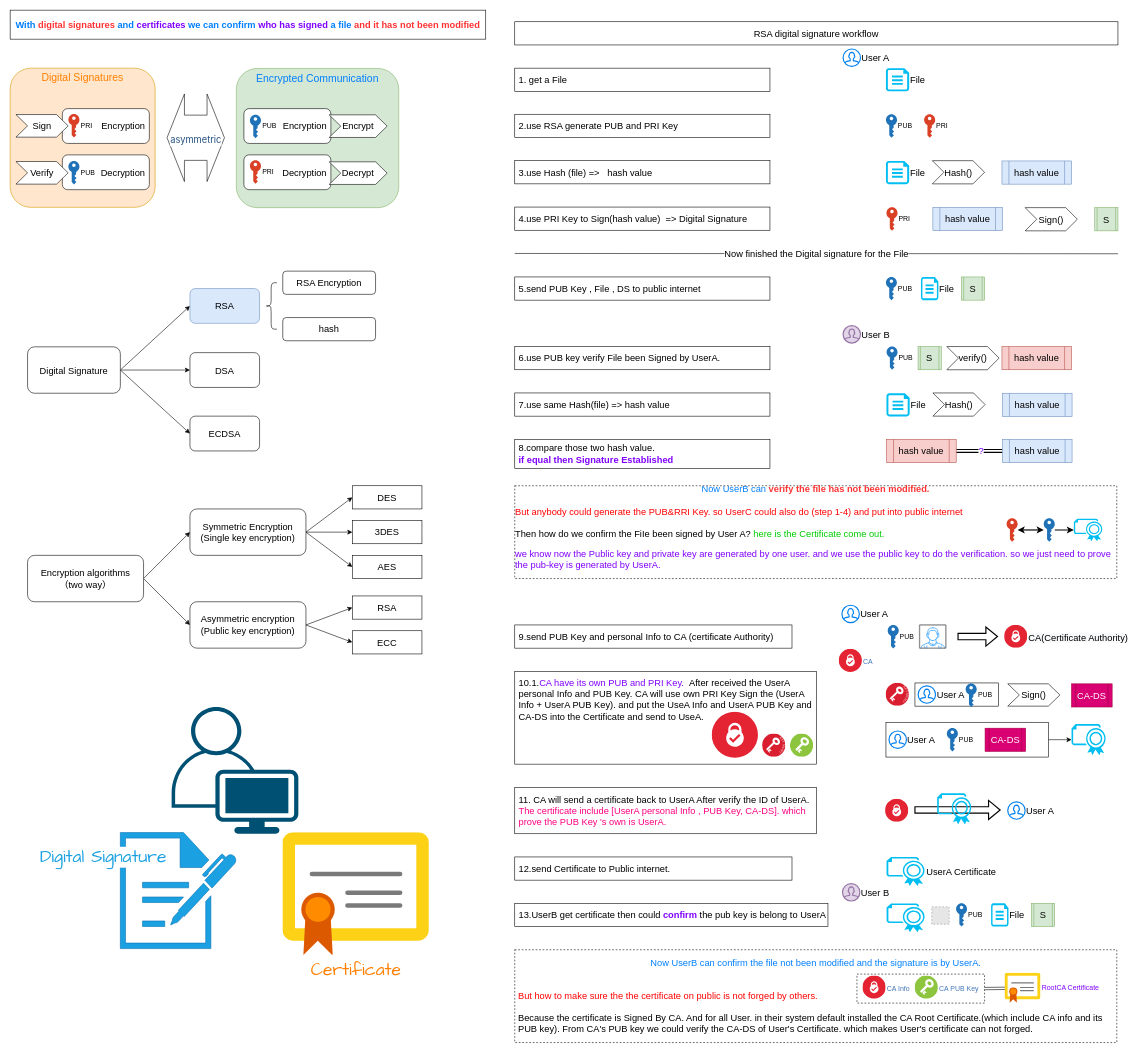
Earlier version of the draw.io diagram page "Digital Signature" (3 of 3) of security/Cryptography.drawio (bayern01kahn/Tech_Diagrams). Source tidied: cells renumbered, new cells numbered last; positions are measured from the earlier drawing's top-left corner, leaving out a move shared by most shapes. Both pictures are drawn from the tidied source at 58%, with x=0, y=0 at pixel (10, 10). Pictures stored in the file or linked from it are replaced by grey dashed boxes.
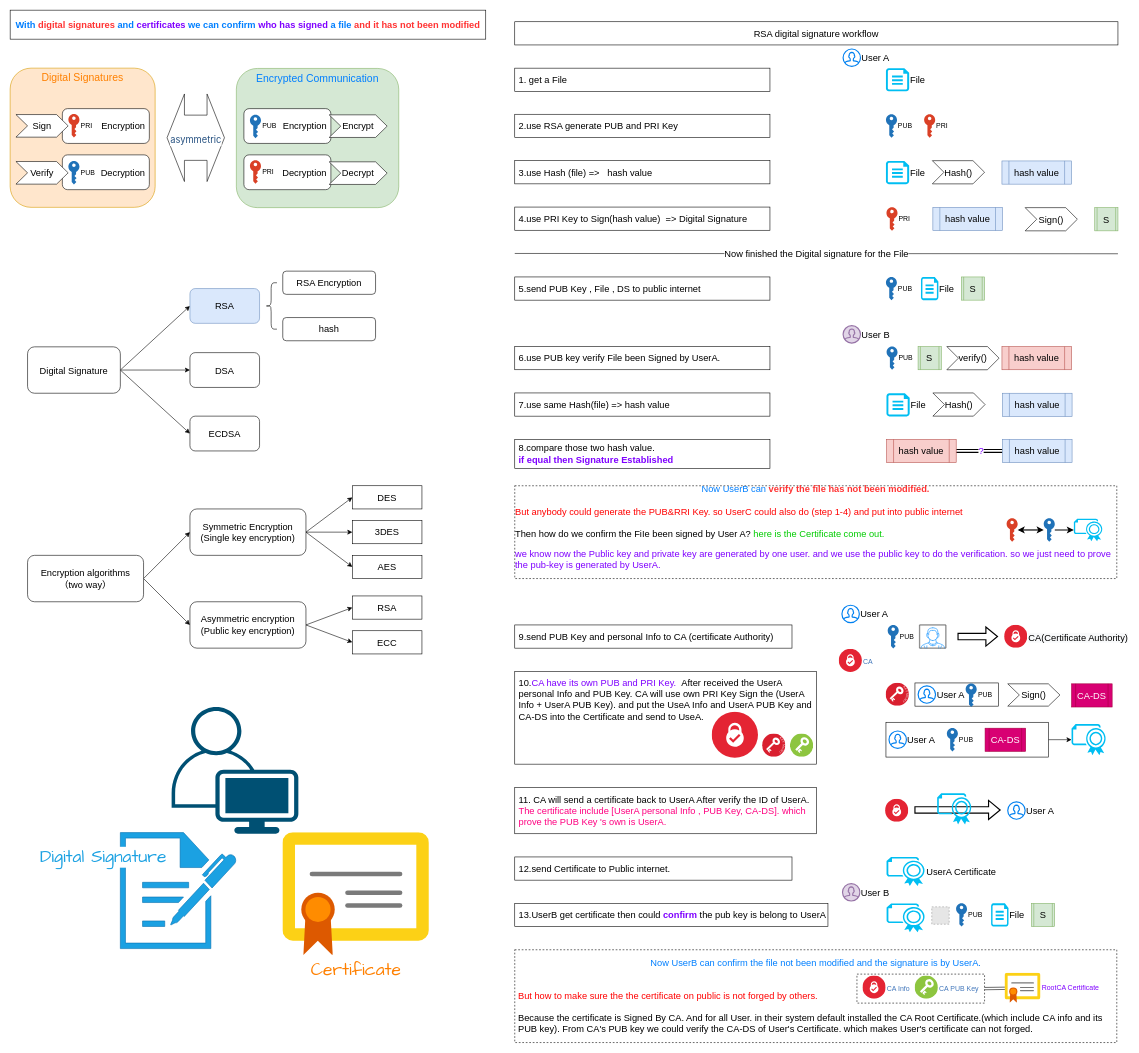
The same page after the edit.

Diff of the diagram source:
```diff
@@
-    <mxCell id="76" value="10.1.&lt;font color=&quot;#7f00ff&quot;&gt;CA have its own PUB and PRI Key.&amp;nbsp;&amp;nbsp;&lt;/font&gt;After received the UserA personal Info and PUB Key. CA will use own PRI Key Sign the (UserA Info + UserA PUB Key). and put the UseA Info and UserA PUB Key and CA-DS into the Certificate and send to UseA.&amp;nbsp;&amp;nbsp;" style="rounded=0;whiteSpace=wrap;html=1;shadow=0;fontFamily=Helvetica;fontSize=16;fontColor=#000000;align=left;spacingLeft=5;verticalAlign=top;spacingTop=4;" parent="1" vertex="1">
+    <mxCell id="76" value="10.&lt;font color=&quot;#7f00ff&quot;&gt;CA have its own PUB and PRI Key.&amp;nbsp;&amp;nbsp;&lt;/font&gt;After received the UserA personal Info and PUB Key. CA will use own PRI Key Sign the (UserA Info + UserA PUB Key). and put the UseA Info and UserA PUB Key and CA-DS into the Certificate and send to UseA.&amp;nbsp;&amp;nbsp;" style="rounded=0;whiteSpace=wrap;html=1;shadow=0;fontFamily=Helvetica;fontSize=16;fontColor=#000000;align=left;spacingLeft=5;verticalAlign=top;spacingTop=4;" parent="1" vertex="1">
       <mxGeometry x="870" y="1140" width="520" height="160" as="geometry" />
     </mxCell>
```
